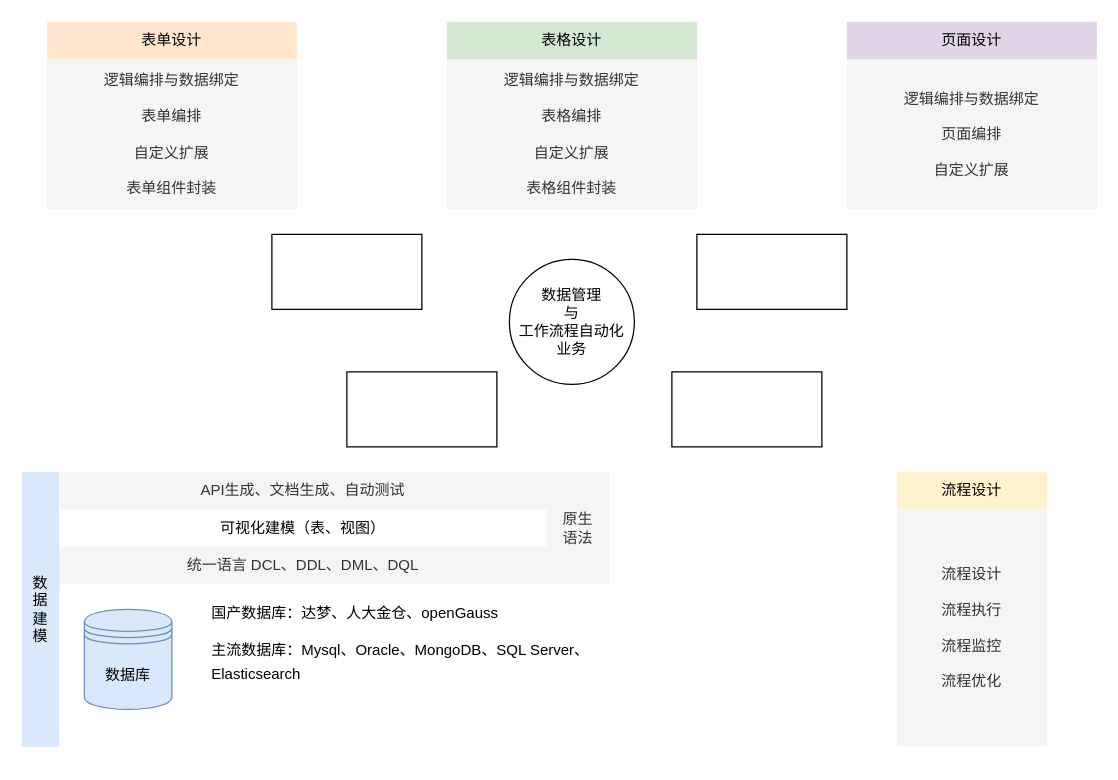
Before: 低——研究内容——开发工具.drawio in tangyaosimida/love, a draw.io diagram. Source tidied: cells renumbered, new cells numbered last; positions are measured from the earlier drawing's top-left corner, leaving out a move shared by most shapes. Both pictures are drawn from the tidied source at 125%, with x=0, y=0 at pixel (21, 21).
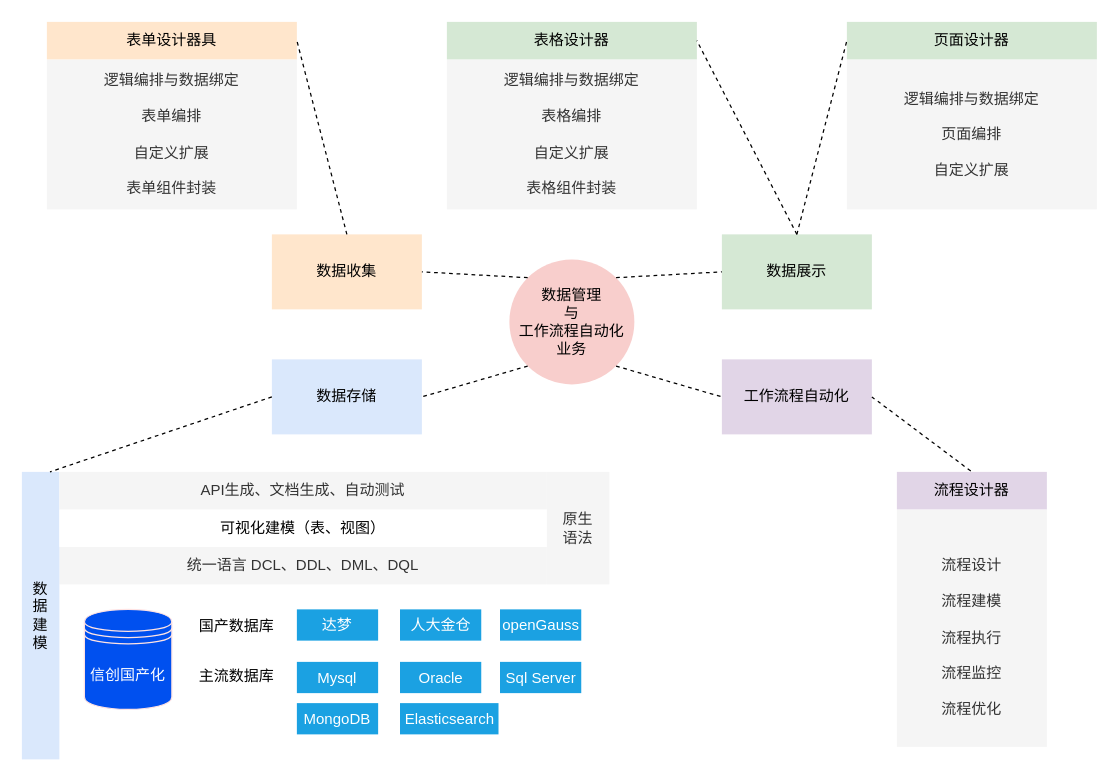
Above is the later version.

Commit message:
更新低——研究内容——开发工具.drawio

Diff of the diagram source:
```diff
@@
     <mxCell id="3" style="rounded=0;whiteSpace=wrap;html=1;strokeColor=none;" parent="1" vertex="1">
-      <mxGeometry x="30" y="450" width="440" height="130" as="geometry" />
+      <mxGeometry x="30" y="450" width="440" height="140" as="geometry" />
     </mxCell>
-    <mxCell id="4" value="数据库" style="shape=datastore;whiteSpace=wrap;html=1;fillColor=#dae8fc;strokeColor=#6c8ebf;" parent="1" vertex="1">
+    <mxCell id="4" value="信创国产化" style="shape=datastore;whiteSpace=wrap;html=1;fillColor=#0050ef;strokeColor=#FFE3E3;fontColor=#ffffff;" parent="1" vertex="1">
       <mxGeometry x="50" y="470" width="70" height="80" as="geometry" />
     </mxCell>
-    <mxCell id="5" value="&lt;h1 style=&quot;margin-top: 0px; font-size: 16px;&quot;&gt;&lt;span style=&quot;font-size: 12px; font-weight: 400; font-family: Arial, sans-serif;&quot;&gt;国产数据库：达梦、人大金仓、&lt;/span&gt;&lt;span style=&quot;font-size: 12px; font-weight: 400; font-family: Arial, sans-serif;&quot;&gt;openGauss&lt;/span&gt;&lt;span style=&quot;background-color: initial; font-size: 12px; font-weight: normal;&quot;&gt;&lt;br&gt;&lt;/span&gt;&lt;/h1&gt;&lt;h1 style=&quot;margin-top: 0px; font-size: 16px;&quot;&gt;&lt;span style=&quot;background-color: initial; font-size: 12px; font-weight: normal;&quot;&gt;主流数据库：Mysql、Oracle、MongoDB、&lt;/span&gt;&lt;span style=&quot;background-color: initial; font-size: 12px; font-weight: normal; font-family: Arial, sans-serif;&quot;&gt;SQL Server、Elasticsearch&lt;/span&gt;&lt;/h1&gt;&lt;div&gt;&lt;span style=&quot;background-color: initial; font-size: 12px; font-weight: normal; font-family: Arial, sans-serif;&quot;&gt;&lt;br&gt;&lt;/span&gt;&lt;/div&gt;&lt;div&gt;&lt;span style=&quot;background-color: initial; font-size: 12px; font-weight: normal; font-family: Arial, sans-serif;&quot;&gt;&lt;br&gt;&lt;/span&gt;&lt;/div&gt;" style="text;html=1;whiteSpace=wrap;overflow=hidden;rounded=0;" parent="1" vertex="1">
-      <mxGeometry x="150" y="455" width="320" height="115" as="geometry" />
+    <mxCell id="5" value="&lt;h1 style=&quot;margin-top: 0px; font-size: 16px;&quot;&gt;&lt;span style=&quot;background-color: initial; font-family: Arial, sans-serif; font-size: 12px; font-weight: 400;&quot;&gt;国产数据库&lt;/span&gt;&lt;br&gt;&lt;/h1&gt;&lt;div&gt;&lt;br&gt;&lt;/div&gt;&lt;div&gt;&lt;span style=&quot;background-color: initial; font-size: 12px; font-weight: normal; font-family: Arial, sans-serif;&quot;&gt;&lt;br&gt;&lt;/span&gt;&lt;/div&gt;" style="text;html=1;whiteSpace=wrap;overflow=hidden;rounded=0;" parent="1" vertex="1">
+      <mxGeometry x="140" y="466.2" width="80" height="37.5" as="geometry" />
     </mxCell>
@@
     <mxCell id="7" value="数&lt;div&gt;据&lt;/div&gt;&lt;div&gt;建&lt;/div&gt;&lt;div&gt;模&lt;/div&gt;" style="rounded=0;whiteSpace=wrap;html=1;fillColor=#dae8fc;strokeColor=none;" parent="1" vertex="1">
-      <mxGeometry y="360" width="30" height="220" as="geometry" />
+      <mxGeometry y="360" width="30" height="230" as="geometry" />
     </mxCell>
@@
-    <mxCell id="10" value="流程设计&lt;div&gt;&lt;br&gt;&lt;/div&gt;&lt;div&gt;流程执行&lt;/div&gt;&lt;div&gt;&lt;br&gt;&lt;/div&gt;&lt;div&gt;流程监控&lt;/div&gt;&lt;div&gt;&lt;br&gt;&lt;/div&gt;&lt;div&gt;流程优化&lt;/div&gt;" style="rounded=0;whiteSpace=wrap;html=1;strokeColor=none;fillColor=#f5f5f5;fontColor=#333333;" parent="1" vertex="1">
+    <mxCell id="10" value="&lt;div&gt;&lt;br&gt;&lt;/div&gt;流程设计&lt;div&gt;&lt;br&gt;&lt;/div&gt;&lt;div&gt;流程建模&lt;/div&gt;&lt;div&gt;&lt;div&gt;&lt;br&gt;&lt;/div&gt;&lt;div&gt;流程执行&lt;/div&gt;&lt;div&gt;&lt;br&gt;&lt;/div&gt;&lt;div&gt;流程监控&lt;/div&gt;&lt;div&gt;&lt;br&gt;&lt;/div&gt;&lt;div&gt;流程优化&lt;/div&gt;&lt;/div&gt;" style="rounded=0;whiteSpace=wrap;html=1;strokeColor=none;fillColor=#f5f5f5;fontColor=#333333;" parent="1" vertex="1">
       <mxGeometry x="700" y="390" width="120" height="190" as="geometry" />
     </mxCell>
-    <mxCell id="11" value="流程设计" style="rounded=0;whiteSpace=wrap;html=1;fillColor=#fff2cc;strokeColor=none;" parent="1" vertex="1">
+    <mxCell id="11" value="流程设计器" style="rounded=0;whiteSpace=wrap;html=1;fillColor=#e1d5e7;strokeColor=none;" parent="1" vertex="1">
       <mxGeometry x="700" y="360" width="120" height="30" as="geometry" />
     </mxCell>
@@
-    <mxCell id="16" value="表单设计" style="rounded=0;whiteSpace=wrap;html=1;fillColor=#ffe6cc;strokeColor=none;" parent="1" vertex="1">
+    <mxCell id="16" value="表单设计器具" style="rounded=0;whiteSpace=wrap;html=1;fillColor=#ffe6cc;strokeColor=none;" parent="1" vertex="1">
       <mxGeometry x="20" width="200" height="30" as="geometry" />
     </mxCell>
-    <mxCell id="17" value="表格设计" style="rounded=0;whiteSpace=wrap;html=1;fillColor=#d5e8d4;strokeColor=none;" parent="1" vertex="1">
+    <mxCell id="17" value="表格设计器" style="rounded=0;whiteSpace=wrap;html=1;fillColor=#d5e8d4;strokeColor=none;" parent="1" vertex="1">
       <mxGeometry x="340" width="200" height="30" as="geometry" />
     </mxCell>
-    <mxCell id="18" value="页面设计" style="rounded=0;whiteSpace=wrap;html=1;fillColor=#e1d5e7;strokeColor=none;" parent="1" vertex="1">
+    <mxCell id="18" value="页面设计器" style="rounded=0;whiteSpace=wrap;html=1;fillColor=#d5e8d4;strokeColor=none;" parent="1" vertex="1">
       <mxGeometry x="660" width="200" height="30" as="geometry" />
     </mxCell>
-    <mxCell id="19" value="数据管理&lt;div&gt;与&lt;br&gt;&lt;div&gt;工作流程自动化&lt;/div&gt;&lt;div&gt;业务&lt;/div&gt;&lt;/div&gt;" style="ellipse;whiteSpace=wrap;html=1;" parent="1" vertex="1">
+    <mxCell id="19" value="数据管理&lt;div&gt;与&lt;br&gt;&lt;div&gt;工作流程自动化&lt;/div&gt;&lt;div&gt;业务&lt;/div&gt;&lt;/div&gt;" style="ellipse;whiteSpace=wrap;html=1;fillColor=#f8cecc;strokeColor=none;" parent="1" vertex="1">
       <mxGeometry x="390" y="190" width="100" height="100" as="geometry" />
     </mxCell>
-    <mxCell id="20" style="rounded=0;whiteSpace=wrap;html=1;" parent="1" vertex="1">
+    <mxCell id="20" value="数据收集" style="rounded=0;whiteSpace=wrap;html=1;fillColor=#ffe6cc;strokeColor=none;" parent="1" vertex="1">
       <mxGeometry x="200" y="170" width="120" height="60" as="geometry" />
     </mxCell>
-    <mxCell id="21" style="rounded=0;whiteSpace=wrap;html=1;" parent="1" vertex="1">
-      <mxGeometry x="540" y="170" width="120" height="60" as="geometry" />
+    <mxCell id="21" value="数据展示" style="rounded=0;whiteSpace=wrap;html=1;fillColor=#d5e8d4;strokeColor=none;" parent="1" vertex="1">
+      <mxGeometry x="560" y="170" width="120" height="60" as="geometry" />
     </mxCell>
-    <mxCell id="22" style="rounded=0;whiteSpace=wrap;html=1;" parent="1" vertex="1">
-      <mxGeometry x="520" y="280" width="120" height="60" as="geometry" />
+    <mxCell id="22" value="工作流程自动化" style="rounded=0;whiteSpace=wrap;html=1;fillColor=#e1d5e7;strokeColor=none;" parent="1" vertex="1">
+      <mxGeometry x="560" y="270" width="120" height="60" as="geometry" />
     </mxCell>
-    <mxCell id="23" style="rounded=0;whiteSpace=wrap;html=1;" parent="1" vertex="1">
-      <mxGeometry x="260" y="280" width="120" height="60" as="geometry" />
+    <mxCell id="23" value="数据存储" style="rounded=0;whiteSpace=wrap;html=1;fillColor=#dae8fc;strokeColor=none;" parent="1" vertex="1">
+      <mxGeometry x="200" y="270" width="120" height="60" as="geometry" />
     </mxCell>
+    <mxCell id="24" style="endArrow=none;html=1;rounded=0;exitX=1;exitY=0;exitDx=0;exitDy=0;entryX=0;entryY=0.5;entryDx=0;entryDy=0;dashed=1;" parent="1" edge="1" source="19" target="21">
+      <mxGeometry relative="1" as="geometry" />
+    </mxCell>
+    <mxCell id="25" style="endArrow=none;html=1;rounded=0;exitX=1;exitY=1;exitDx=0;exitDy=0;entryX=0;entryY=0.5;entryDx=0;entryDy=0;dashed=1;" parent="1" edge="1" source="19" target="22">
+      <mxGeometry relative="1" as="geometry" />
+    </mxCell>
+    <mxCell id="26" style="endArrow=none;html=1;rounded=0;exitX=0;exitY=0;exitDx=0;exitDy=0;entryX=1;entryY=0.5;entryDx=0;entryDy=0;dashed=1;" parent="1" edge="1" source="19" target="20">
+      <mxGeometry relative="1" as="geometry" />
+    </mxCell>
+    <mxCell id="27" style="endArrow=none;html=1;rounded=0;entryX=1;entryY=0.5;entryDx=0;entryDy=0;exitX=0;exitY=1;exitDx=0;exitDy=0;dashed=1;" parent="1" edge="1" source="19" target="23">
+      <mxGeometry relative="1" as="geometry" />
+    </mxCell>
+    <mxCell id="28" style="endArrow=none;html=1;rounded=0;entryX=1;entryY=0.5;entryDx=0;entryDy=0;exitX=0.5;exitY=0;exitDx=0;exitDy=0;curved=1;dashed=1;" parent="1" edge="1" source="20" target="16">
+      <mxGeometry relative="1" as="geometry" />
+    </mxCell>
+    <mxCell id="29" style="endArrow=none;html=1;rounded=0;entryX=0;entryY=0.5;entryDx=0;entryDy=0;exitX=0.5;exitY=0;exitDx=0;exitDy=0;curved=1;dashed=1;" parent="1" edge="1" source="21" target="18">
+      <mxGeometry relative="1" as="geometry" />
+    </mxCell>
+    <mxCell id="30" style="endArrow=none;html=1;rounded=1;curved=0;dashed=1;" parent="1" edge="1">
+      <mxGeometry relative="1" as="geometry">
+        <mxPoint x="620" y="170" as="sourcePoint" />
+        <mxPoint x="540" y="15" as="targetPoint" />
+      </mxGeometry>
+    </mxCell>
+    <mxCell id="31" style="endArrow=none;html=1;rounded=0;entryX=0.75;entryY=0;entryDx=0;entryDy=0;exitX=0;exitY=0.5;exitDx=0;exitDy=0;curved=1;dashed=1;" parent="1" edge="1" source="23" target="7">
+      <mxGeometry relative="1" as="geometry" />
+    </mxCell>
+    <mxCell id="32" style="endArrow=none;html=1;rounded=0;entryX=0.5;entryY=0;entryDx=0;entryDy=0;exitX=1;exitY=0.5;exitDx=0;exitDy=0;curved=1;dashed=1;" parent="1" edge="1" source="22" target="11">
+      <mxGeometry relative="1" as="geometry" />
+    </mxCell>
+    <mxCell id="33" value="达梦" style="rounded=0;whiteSpace=wrap;html=1;fillColor=#1ba1e2;fontColor=#ffffff;strokeColor=none;" parent="1" vertex="1">
+      <mxGeometry x="220" y="470" width="65" height="25" as="geometry" />
+    </mxCell>
+    <mxCell id="34" value="人大金仓" style="rounded=0;whiteSpace=wrap;html=1;fillColor=#1ba1e2;fontColor=#ffffff;strokeColor=none;" parent="1" vertex="1">
+      <mxGeometry x="302.5" y="470" width="65" height="25" as="geometry" />
+    </mxCell>
+    <mxCell id="35" value="openGauss" style="rounded=0;whiteSpace=wrap;html=1;fillColor=#1ba1e2;fontColor=#ffffff;strokeColor=none;" parent="1" vertex="1">
+      <mxGeometry x="382.5" y="470" width="65" height="25" as="geometry" />
+    </mxCell>
+    <mxCell id="36" value="Mysql" style="rounded=0;whiteSpace=wrap;html=1;fillColor=#1ba1e2;fontColor=#ffffff;strokeColor=none;" parent="1" vertex="1">
+      <mxGeometry x="220" y="512" width="65" height="25" as="geometry" />
+    </mxCell>
+    <mxCell id="37" value="Oracle" style="rounded=0;whiteSpace=wrap;html=1;fillColor=#1ba1e2;fontColor=#ffffff;strokeColor=none;" parent="1" vertex="1">
+      <mxGeometry x="302.5" y="512" width="65" height="25" as="geometry" />
+    </mxCell>
+    <mxCell id="38" value="Sql Server" style="rounded=0;whiteSpace=wrap;html=1;fillColor=#1ba1e2;fontColor=#ffffff;strokeColor=none;" parent="1" vertex="1">
+      <mxGeometry x="382.5" y="512" width="65" height="25" as="geometry" />
+    </mxCell>
+    <mxCell id="39" value="&lt;font face=&quot;Arial, sans-serif&quot;&gt;MongoDB&lt;/font&gt;" style="rounded=0;whiteSpace=wrap;html=1;fillColor=#1ba1e2;fontColor=#ffffff;strokeColor=none;" parent="1" vertex="1">
+      <mxGeometry x="220" y="545" width="65" height="25" as="geometry" />
+    </mxCell>
+    <mxCell id="40" value="&lt;h1 style=&quot;margin-top: 0px; font-size: 16px;&quot;&gt;&lt;span style=&quot;background-color: initial; font-family: Arial, sans-serif; font-size: 12px; font-weight: 400;&quot;&gt;主流数据库&lt;/span&gt;&lt;/h1&gt;&lt;div&gt;&lt;span style=&quot;background-color: initial; font-size: 12px; font-weight: normal; font-family: Arial, sans-serif;&quot;&gt;&lt;br&gt;&lt;/span&gt;&lt;/div&gt;" style="text;html=1;whiteSpace=wrap;overflow=hidden;rounded=0;" parent="1" vertex="1">
+      <mxGeometry x="140" y="505.8" width="80" height="37.5" as="geometry" />
+    </mxCell>
+    <mxCell id="41" value="&lt;font face=&quot;Arial, sans-serif&quot;&gt;Elasticsearch&lt;/font&gt;" style="rounded=0;whiteSpace=wrap;html=1;fillColor=#1ba1e2;fontColor=#ffffff;strokeColor=none;" parent="1" vertex="1">
+      <mxGeometry x="302.5" y="545" width="78.8" height="25" as="geometry" />
+    </mxCell>
```
